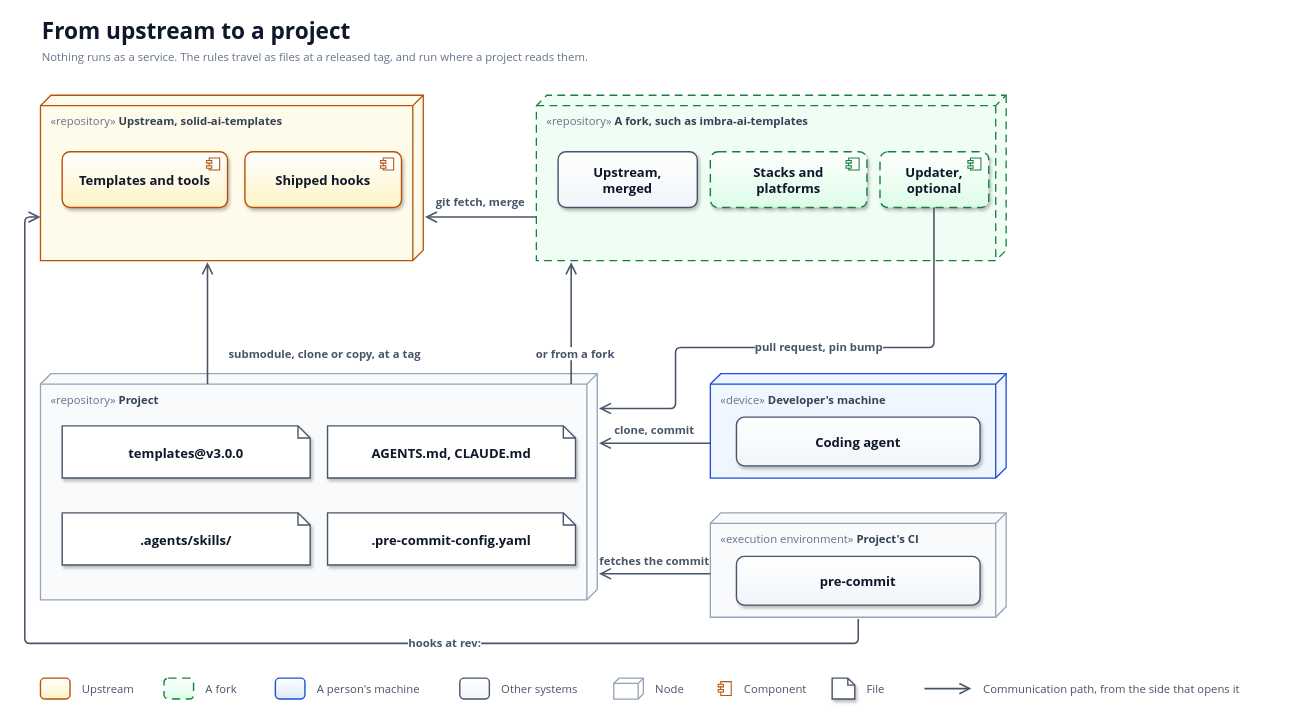
Above: docs/diagrams/deployment-distribution.drawio in solid-ai-dev/solid-ai-templates (draw.io), before the change. Source tidied: cells renumbered, new cells numbered last; positions are measured from the earlier drawing's top-left corner, leaving out a move shared by most shapes. Both pictures are drawn from the tidied source at 87%, with x=0, y=0 at pixel (24, 15).
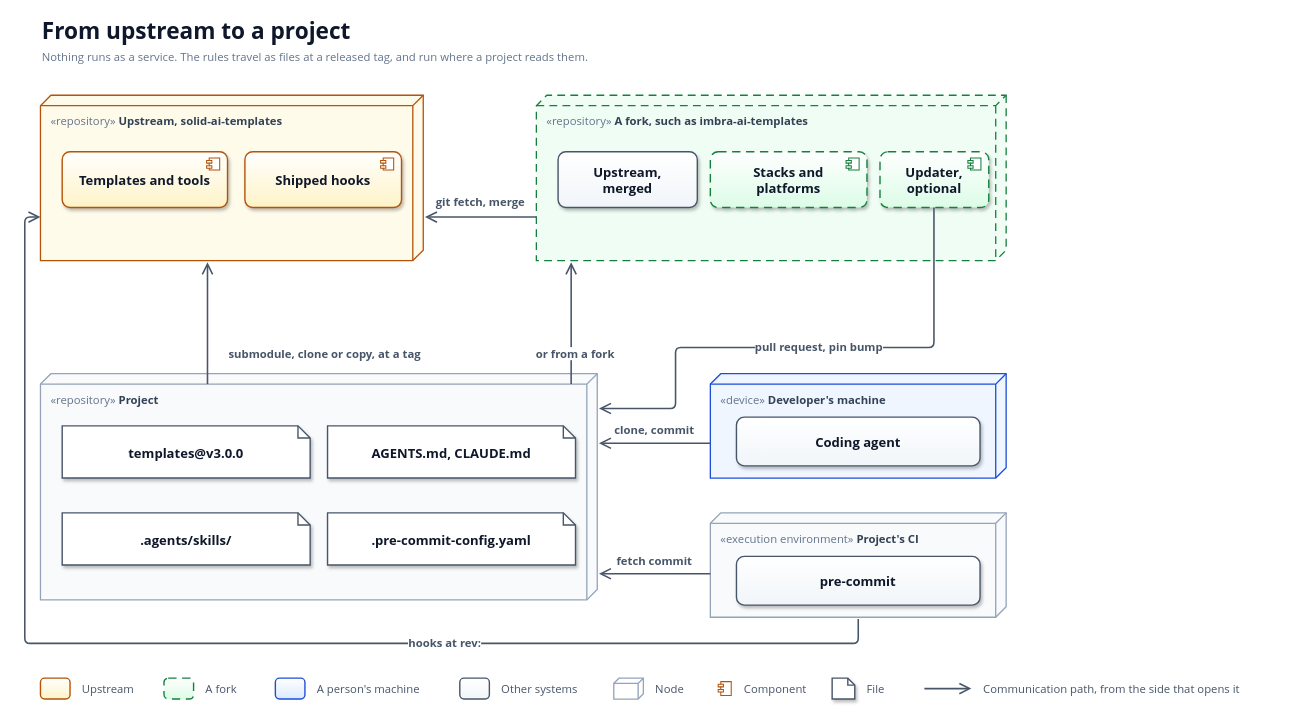
The same diagram, later.

Commit message (it also covers changes not shown here):
docs(architecture): label the CI path fetch commit, like its neighbours (#2410)

Claude-Session: https://claude.ai/code/session_01DpT5xSVK2FLNdArtRtNjLH

Diff of the diagram source:
```diff
@@
-    <mxCell id="35" value="fetches the commit" style="text;html=1;whiteSpace=wrap;strokeColor=none;fillColor=none;align=left;verticalAlign=middle;fontFamily=Segoe UI;fontSize=13;fontStyle=1;fontColor=#475569;align=center;labelBackgroundColor=#FFFFFF;" parent="1" vertex="1">
-      <mxGeometry x="656" y="616" width="136" height="22" as="geometry" />
+    <mxCell id="35" value="fetch commit" style="text;html=1;whiteSpace=wrap;strokeColor=none;fillColor=none;align=left;verticalAlign=middle;fontFamily=Segoe UI;fontSize=13;fontStyle=1;fontColor=#475569;align=center;labelBackgroundColor=#FFFFFF;" parent="1" vertex="1">
+      <mxGeometry x="668" y="616" width="112" height="22" as="geometry" />
     </mxCell>
```
